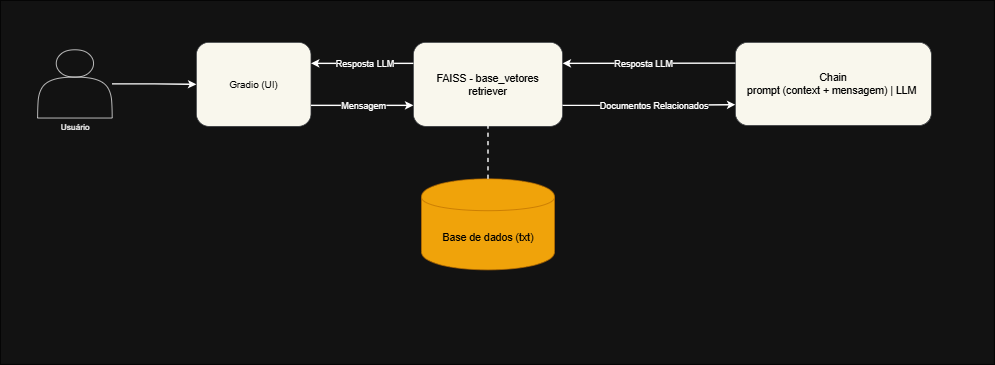
Above: versoes/v1.0/diagrama/diagrama-v1.0.drawio.png in caiocotrim/assistente-virtual (draw.io), before the change. Source tidied: cells renumbered, new cells last; positions are measured from the earlier drawing's top-left corner, leaving out a move shared by most shapes.
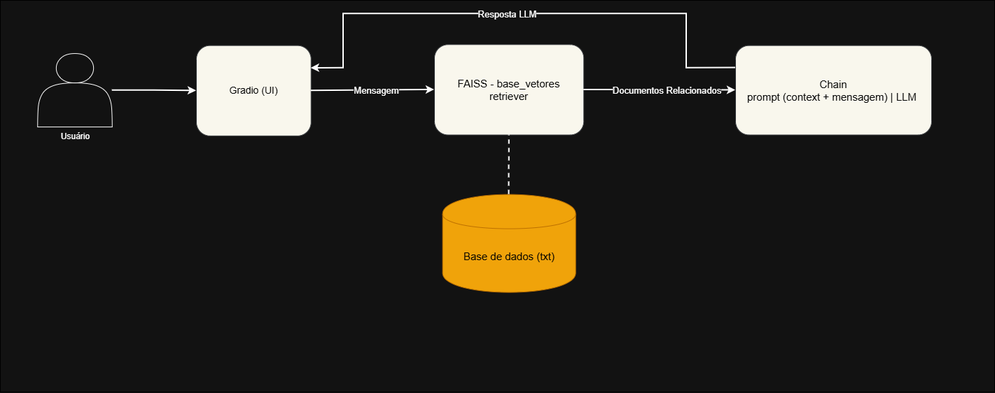
The same file after the commit.

Commit message:
atualizacao diagrama versao 1.0

What changed in the source:
```diff
@@ -3,24 +3,24 @@
     <mxCell id="0" />
     <mxCell id="1" parent="0" />
     <mxCell id="2" style="rounded=0;whiteSpace=wrap;html=1;fontStyle=1;gradientColor=none;fillColor=default;strokeColor=#000000;labelBackgroundColor=default;fontColor=default;labelBorderColor=default;" parent="1" vertex="1">
-      <mxGeometry width="1420" height="520" as="geometry" />
+      <mxGeometry width="1420" height="560" as="geometry" />
     </mxCell>
     <mxCell id="3" value="Usuário" style="shape=actor;verticalLabelPosition=bottom;verticalAlign=top;html=1;" parent="2" vertex="1">
-      <mxGeometry x="53.2" y="70.6" width="106.5" height="97.5" as="geometry" />
+      <mxGeometry x="53.2" y="76.1" width="106.5" height="105" as="geometry" />
     </mxCell>
     <mxCell id="4" value="&lt;font style=&quot;color: rgb(0, 0, 0); font-size: 14px;&quot;&gt;Gradio (UI)&lt;/font&gt;" style="rounded=1;whiteSpace=wrap;html=1;fillColor=#f9f7ed;strokeColor=#36393d;" parent="2" vertex="1">
-      <mxGeometry x="280" y="60" width="163.8" height="120" as="geometry" />
+      <mxGeometry x="280" y="64.6" width="163.8" height="129.2" as="geometry" />
     </mxCell>
     <mxCell id="5" value="&lt;div&gt;&lt;span style=&quot;color: rgb(0, 0, 0); background-color: transparent;&quot;&gt;&lt;font style=&quot;font-size: 15px;&quot;&gt;FAISS - base_vetores&lt;/font&gt;&lt;/span&gt;&lt;/div&gt;&lt;div&gt;&lt;font color=&quot;#000000&quot; style=&quot;font-size: 15px;&quot;&gt;retr&lt;/font&gt;&lt;span style=&quot;color: rgb(0, 0, 0); font-size: 15px; background-color: transparent;&quot;&gt;iever&lt;/span&gt;&lt;/div&gt;" style="rounded=1;whiteSpace=wrap;html=1;fillColor=#f9f7ed;strokeColor=#36393d;" parent="2" vertex="1">
-      <mxGeometry x="590" y="60" width="213.2" height="120" as="geometry" />
+      <mxGeometry x="620" y="63.3" width="213.2" height="129.2" as="geometry" />
     </mxCell>
     <mxCell id="6" value="&lt;font color=&quot;#000000&quot;&gt;&lt;span style=&quot;font-size: 15px;&quot;&gt;Chain&lt;/span&gt;&lt;/font&gt;&lt;div&gt;&lt;font color=&quot;#000000&quot;&gt;&lt;span style=&quot;font-size: 15px;&quot;&gt;prompt (context + mensagem) | LLM&amp;nbsp;&lt;/span&gt;&lt;/font&gt;&lt;/div&gt;" style="rounded=1;whiteSpace=wrap;html=1;fillColor=#f9f7ed;strokeColor=#36393d;" parent="2" vertex="1">
-      <mxGeometry x="1050" y="60" width="280" height="118.8" as="geometry" />
+      <mxGeometry x="1050" y="64.6" width="280" height="127.9" as="geometry" />
     </mxCell>
     <mxCell id="7" style="edgeStyle=orthogonalEdgeStyle;rounded=0;jettySize=auto;html=1;strokeWidth=2;labelBackgroundColor=default;fontColor=default;" parent="2" edge="1" source="3" target="4">
       <mxGeometry relative="1" as="geometry" />
     </mxCell>
-    <mxCell id="8" style="edgeStyle=orthogonalEdgeStyle;rounded=0;html=1;endArrow=classic;strokeWidth=2;fontSize=13;labelBackgroundColor=default;fontColor=default;entryX=0;entryY=0.75;entryDx=0;entryDy=0;exitX=1;exitY=0.75;exitDx=0;exitDy=0;" parent="2" edge="1" source="5" target="6">
+    <mxCell id="8" style="edgeStyle=orthogonalEdgeStyle;rounded=0;html=1;endArrow=classic;strokeWidth=2;fontSize=13;labelBackgroundColor=default;fontColor=default;entryX=0;entryY=0.5;entryDx=0;entryDy=0;exitX=1;exitY=0.5;exitDx=0;exitDy=0;" parent="2" edge="1" source="5" target="6">
       <mxGeometry relative="1" as="geometry" />
     </mxCell>
     <mxCell id="9" value="Documentos Relacionados" style="edgeLabel;html=1;align=center;verticalAlign=middle;fontSize=13;" parent="8" vertex="1">
@@ -29,28 +29,28 @@
       </mxGeometry>
     </mxCell>
     <mxCell id="10" value="&lt;div&gt;&lt;font style=&quot;color: rgb(0, 0, 0); font-size: 15px;&quot;&gt;&lt;br&gt;&lt;/font&gt;&lt;/div&gt;&lt;font style=&quot;color: rgb(0, 0, 0); font-size: 15px;&quot;&gt;&lt;div style=&quot;&quot;&gt;&lt;font style=&quot;color: rgb(0, 0, 0);&quot;&gt;&lt;br&gt;&lt;/font&gt;&lt;/div&gt;Base de dados (txt)&lt;/font&gt;" style="shape=cylinder;whiteSpace=wrap;html=1;fillColor=#f0a30a;strokeColor=#BD7000;shadow=0;fontColor=#000000;" parent="2" vertex="1">
-      <mxGeometry x="601.6" y="255" width="190" height="130" as="geometry" />
+      <mxGeometry x="631.6" y="277.6" width="190" height="140" as="geometry" />
     </mxCell>
     <mxCell id="11" style="endArrow=none;dashed=1;html=1;rounded=0;entryX=0.5;entryY=1;entryDx=0;entryDy=0;exitX=0.5;exitY=0;exitDx=0;exitDy=0;fontSize=15;strokeWidth=2;labelBackgroundColor=default;fontColor=default;" parent="2" edge="1" source="10" target="5">
       <mxGeometry relative="1" as="geometry" />
     </mxCell>
-    <mxCell id="12" style="endArrow=classic;html=1;rounded=0;exitX=0;exitY=0.25;exitDx=0;exitDy=0;entryX=1;entryY=0.25;entryDx=0;entryDy=0;strokeWidth=2;labelBackgroundColor=default;fontColor=default;" parent="2" edge="1" source="6" target="5">
-      <mxGeometry relative="1" as="geometry" />
+    <mxCell id="12" style="endArrow=classic;html=1;rounded=0;exitX=0;exitY=0.25;exitDx=0;exitDy=0;entryX=1;entryY=0.25;entryDx=0;entryDy=0;strokeWidth=2;labelBackgroundColor=default;fontColor=default;" parent="2" edge="1" source="6" target="4">
+      <mxGeometry relative="1" as="geometry">
+        <Array as="points">
+          <mxPoint x="980" y="96.7" />
+          <mxPoint x="980" y="19.1" />
+          <mxPoint x="710" y="19.1" />
+          <mxPoint x="490" y="19.1" />
+          <mxPoint x="490" y="96.7" />
+        </Array>
+      </mxGeometry>
     </mxCell>
     <mxCell id="13" value="Resposta LLM" style="edgeLabel;html=1;align=center;verticalAlign=middle;fontSize=13;" parent="12" vertex="1">
       <mxGeometry x="0.06" y="2" relative="1" as="geometry">
         <mxPoint y="-2" as="offset" />
       </mxGeometry>
     </mxCell>
-    <mxCell id="14" style="endArrow=classic;html=1;rounded=0;exitX=0;exitY=0.25;exitDx=0;exitDy=0;entryX=1;entryY=0.25;entryDx=0;entryDy=0;strokeWidth=2;labelBackgroundColor=default;fontColor=default;" parent="2" edge="1" source="5" target="4">
-      <mxGeometry relative="1" as="geometry" />
-    </mxCell>
-    <mxCell id="15" value="Resposta LLM" style="edgeLabel;html=1;align=center;verticalAlign=middle;fontSize=13;" parent="14" vertex="1">
-      <mxGeometry x="-0.04" y="4" relative="1" as="geometry">
-        <mxPoint y="-4" as="offset" />
-      </mxGeometry>
-    </mxCell>
-    <mxCell id="16" style="endArrow=classic;html=1;rounded=0;entryX=0;entryY=0.75;entryDx=0;entryDy=0;exitX=1;exitY=0.75;exitDx=0;exitDy=0;strokeWidth=2;" parent="2" edge="1" source="4" target="5">
+    <mxCell id="16" style="endArrow=classic;html=1;rounded=0;entryX=0;entryY=0.5;entryDx=0;entryDy=0;exitX=1;exitY=0.5;exitDx=0;exitDy=0;strokeWidth=2;" parent="2" edge="1" source="4" target="5">
       <mxGeometry relative="1" as="geometry" />
     </mxCell>
     <mxCell id="17" value="Mensagem" style="edgeLabel;html=1;align=center;verticalAlign=middle;fontSize=13;" parent="16" vertex="1">
@@ -59,7 +59,7 @@
       </mxGeometry>
     </mxCell>
     <mxCell id="18" style="line;strokeColor=#cccccc;" parent="1">
-      <mxGeometry x="-150" y="295" width="920" height="2" as="geometry" />
+      <mxGeometry x="-150" y="360" width="920" height="2" as="geometry" />
     </mxCell>
   </root>
 </mxGraphModel>
```
